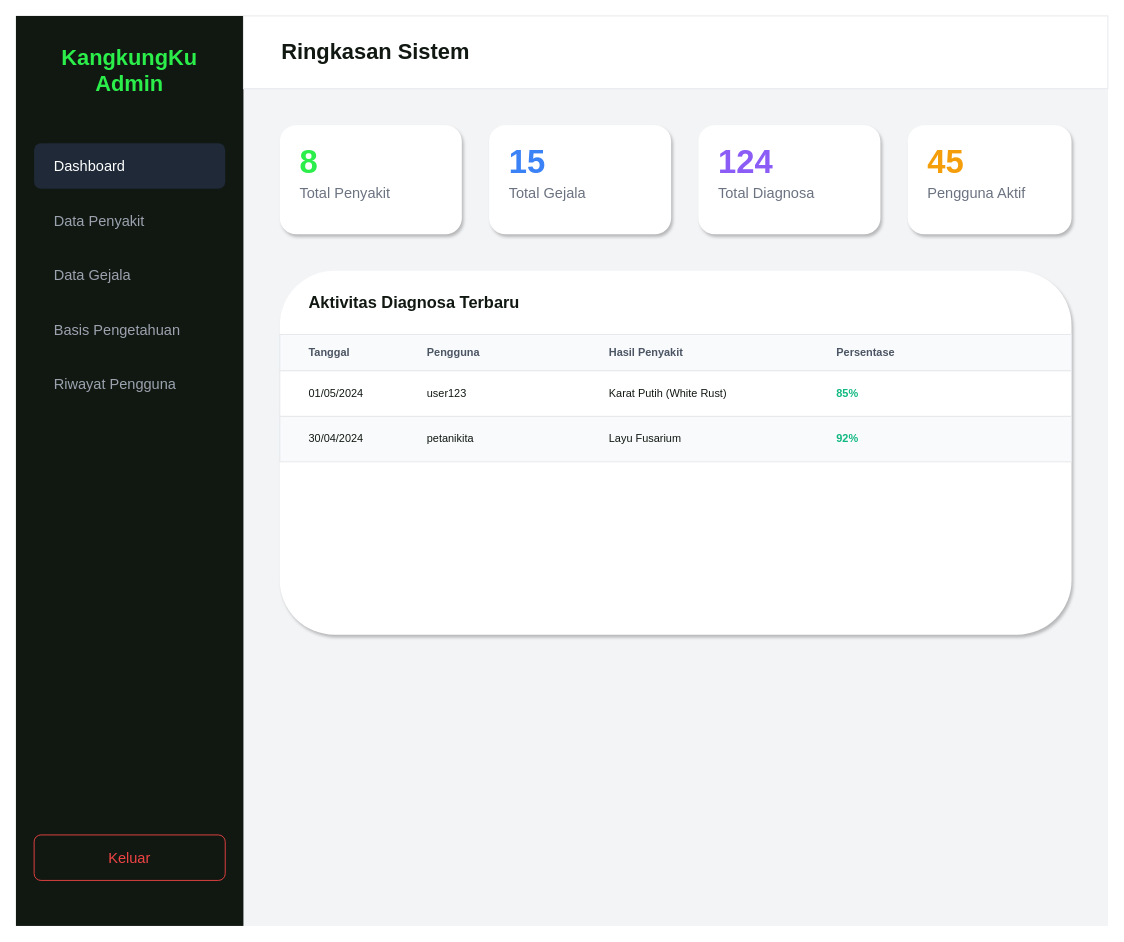
Before: diagram/desain/admin_dashboard.drawio in RajaSunrise/kangkungku, a draw.io diagram. Source tidied: cells renumbered, new cells numbered last; positions are measured from the earlier drawing's top-left corner, leaving out a move shared by most shapes. Both pictures are drawn from the tidied source at 91%, with x=0, y=0 at pixel (15, 15).
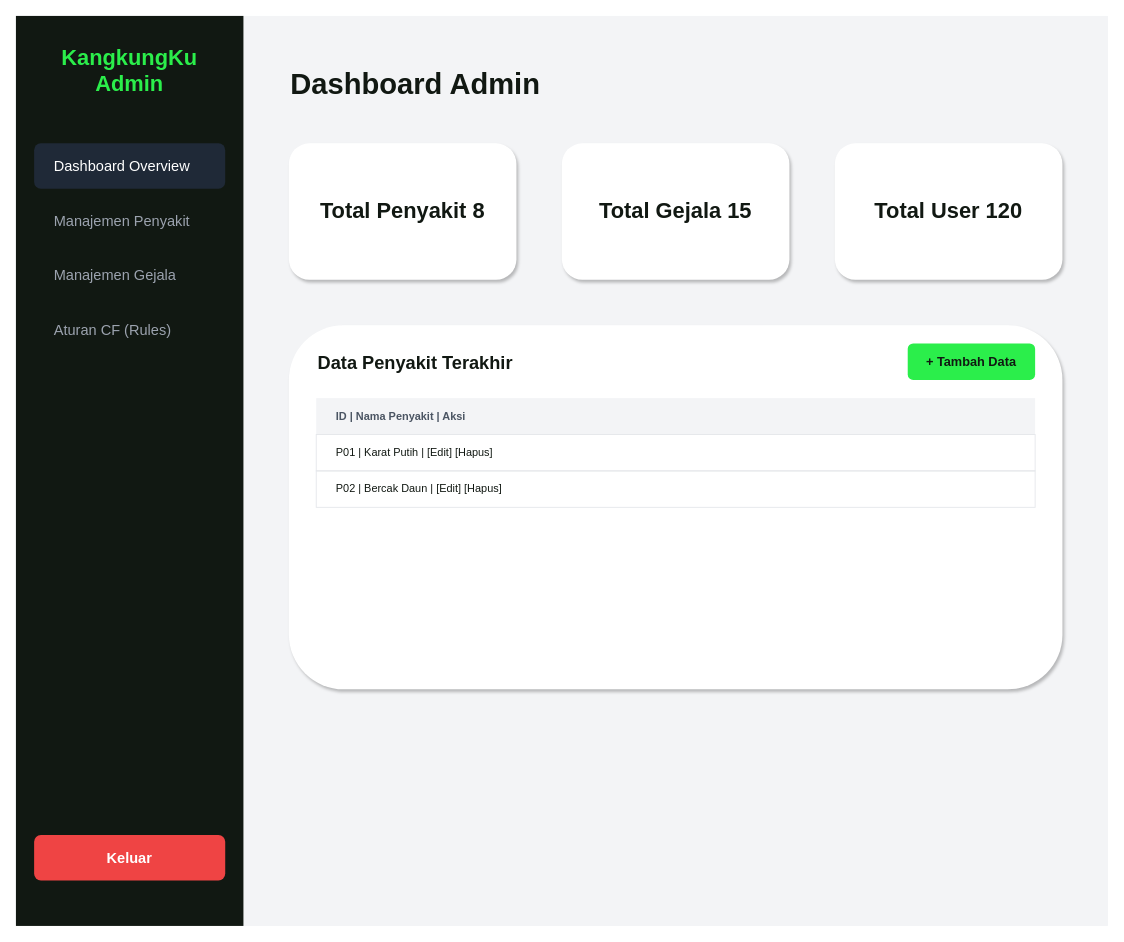
After the change.

The edit, as a diff of the source:
```diff
@@
-    <mxCell id="4" value="KangkungKu&#10;Admin" style="text;html=1;strokeColor=none;fillColor=none;align=center;verticalAlign=middle;whiteSpace=wrap;rounded=0;fontColor=#2BEE4B;fontSize=24;fontStyle=1;fontFamily=Space Grotesk;" parent="1" vertex="1">
+    <mxCell id="4" value="KangkungKu Admin" style="text;html=1;strokeColor=none;fillColor=none;align=center;verticalAlign=middle;whiteSpace=wrap;rounded=0;fontColor=#2BEE4B;fontSize=24;fontStyle=1;" parent="1" vertex="1">
       <mxGeometry x="25" y="30" width="200" height="60" as="geometry" />
     </mxCell>
-    <mxCell id="5" value="Dashboard" style="rounded=1;whiteSpace=wrap;html=1;fillColor=#1F2937;strokeColor=none;fontColor=#FFFFFF;align=left;spacingLeft=20;fontSize=16;" parent="1" vertex="1">
+    <mxCell id="5" value="Dashboard Overview" style="rounded=1;whiteSpace=wrap;html=1;fillColor=#1F2937;strokeColor=none;fontColor=#FFFFFF;align=left;spacingLeft=20;fontSize=16;" parent="1" vertex="1">
       <mxGeometry x="20" y="140" width="210" height="50" as="geometry" />
     </mxCell>
-    <mxCell id="6" value="Data Penyakit" style="rounded=1;whiteSpace=wrap;html=1;fillColor=none;strokeColor=none;fontColor=#9CA3AF;align=left;spacingLeft=20;fontSize=16;" parent="1" vertex="1">
+    <mxCell id="6" value="Manajemen Penyakit" style="rounded=1;whiteSpace=wrap;html=1;fillColor=none;strokeColor=none;fontColor=#9CA3AF;align=left;spacingLeft=20;fontSize=16;" parent="1" vertex="1">
       <mxGeometry x="20" y="200" width="210" height="50" as="geometry" />
     </mxCell>
-    <mxCell id="7" value="Data Gejala" style="rounded=1;whiteSpace=wrap;html=1;fillColor=none;strokeColor=none;fontColor=#9CA3AF;align=left;spacingLeft=20;fontSize=16;" parent="1" vertex="1">
+    <mxCell id="7" value="Manajemen Gejala" style="rounded=1;whiteSpace=wrap;html=1;fillColor=none;strokeColor=none;fontColor=#9CA3AF;align=left;spacingLeft=20;fontSize=16;" parent="1" vertex="1">
       <mxGeometry x="20" y="260" width="210" height="50" as="geometry" />
     </mxCell>
-    <mxCell id="8" value="Basis Pengetahuan" style="rounded=1;whiteSpace=wrap;html=1;fillColor=none;strokeColor=none;fontColor=#9CA3AF;align=left;spacingLeft=20;fontSize=16;" parent="1" vertex="1">
+    <mxCell id="8" value="Aturan CF (Rules)" style="rounded=1;whiteSpace=wrap;html=1;fillColor=none;strokeColor=none;fontColor=#9CA3AF;align=left;spacingLeft=20;fontSize=16;" parent="1" vertex="1">
       <mxGeometry x="20" y="320" width="210" height="50" as="geometry" />
     </mxCell>
-    <mxCell id="9" value="Riwayat Pengguna" style="rounded=1;whiteSpace=wrap;html=1;fillColor=none;strokeColor=none;fontColor=#9CA3AF;align=left;spacingLeft=20;fontSize=16;" parent="1" vertex="1">
-      <mxGeometry x="20" y="380" width="210" height="50" as="geometry" />
-    </mxCell>
-    <mxCell id="10" value="Keluar" style="rounded=1;whiteSpace=wrap;html=1;fillColor=none;strokeColor=#EF4444;fontColor=#EF4444;align=center;fontSize=16;" parent="1" vertex="1">
+    <mxCell id="10" value="Keluar" style="rounded=1;whiteSpace=wrap;html=1;fillColor=#EF4444;strokeColor=none;fontColor=#FFFFFF;align=center;fontSize=16;fontStyle=1;" parent="1" vertex="1">
       <mxGeometry x="20" y="900" width="210" height="50" as="geometry" />
     </mxCell>
-    <mxCell id="11" style="rounded=0;whiteSpace=wrap;html=1;fillColor=#FFFFFF;strokeColor=#E5E7EB;" parent="1" vertex="1">
-      <mxGeometry x="250" width="950" height="80" as="geometry" />
-    </mxCell>
-    <mxCell id="12" value="Ringkasan Sistem" style="text;html=1;strokeColor=none;fillColor=none;align=left;verticalAlign=middle;whiteSpace=wrap;rounded=0;fontColor=#111812;fontSize=24;fontStyle=1;" parent="1" vertex="1">
-      <mxGeometry x="290" y="25" width="300" height="30" as="geometry" />
-    </mxCell>
+    <mxCell id="42" value="Dashboard Admin" style="text;html=1;strokeColor=none;fillColor=none;align=left;verticalAlign=middle;whiteSpace=wrap;rounded=0;fontColor=#111812;fontSize=32;fontStyle=1;" parent="1" vertex="1">
+      <mxGeometry x="300" y="50" width="400" height="50" as="geometry" />
+    </mxCell>
-    <mxCell id="13" style="rounded=1;whiteSpace=wrap;html=1;fillColor=#FFFFFF;strokeColor=none;shadow=1;" parent="1" vertex="1">
-      <mxGeometry x="290" y="120" width="200" height="120" as="geometry" />
+    <mxCell id="13" value="Total Penyakit  8" style="rounded=1;whiteSpace=wrap;html=1;fillColor=#FFFFFF;strokeColor=none;shadow=1;fontColor=#111812;fontSize=24;fontStyle=1;align=center;" parent="1" vertex="1">
+      <mxGeometry x="300" y="140" width="250" height="150" as="geometry" />
     </mxCell>
-    <mxCell id="14" value="8" style="text;html=1;strokeColor=none;fillColor=none;align=left;verticalAlign=middle;whiteSpace=wrap;rounded=0;fontColor=#2BEE4B;fontSize=36;fontStyle=1;" parent="1" vertex="1">
-      <mxGeometry x="310" y="140" width="100" height="40" as="geometry" />
-    </mxCell>
-    <mxCell id="15" value="Total Penyakit" style="text;html=1;strokeColor=none;fillColor=none;align=left;verticalAlign=middle;whiteSpace=wrap;rounded=0;fontColor=#6B7280;fontSize=16;" parent="1" vertex="1">
-      <mxGeometry x="310" y="180" width="150" height="30" as="geometry" />
-    </mxCell>
-    <mxCell id="16" style="rounded=1;whiteSpace=wrap;html=1;fillColor=#FFFFFF;strokeColor=none;shadow=1;" parent="1" vertex="1">
-      <mxGeometry x="520" y="120" width="200" height="120" as="geometry" />
+    <mxCell id="16" value="Total Gejala  15" style="rounded=1;whiteSpace=wrap;html=1;fillColor=#FFFFFF;strokeColor=none;shadow=1;fontColor=#111812;fontSize=24;fontStyle=1;align=center;" parent="1" vertex="1">
+      <mxGeometry x="600" y="140" width="250" height="150" as="geometry" />
     </mxCell>
-    <mxCell id="17" value="15" style="text;html=1;strokeColor=none;fillColor=none;align=left;verticalAlign=middle;whiteSpace=wrap;rounded=0;fontColor=#3B82F6;fontSize=36;fontStyle=1;" parent="1" vertex="1">
-      <mxGeometry x="540" y="140" width="100" height="40" as="geometry" />
-    </mxCell>
-    <mxCell id="18" value="Total Gejala" style="text;html=1;strokeColor=none;fillColor=none;align=left;verticalAlign=middle;whiteSpace=wrap;rounded=0;fontColor=#6B7280;fontSize=16;" parent="1" vertex="1">
-      <mxGeometry x="540" y="180" width="150" height="30" as="geometry" />
-    </mxCell>
-    <mxCell id="19" style="rounded=1;whiteSpace=wrap;html=1;fillColor=#FFFFFF;strokeColor=none;shadow=1;" parent="1" vertex="1">
-      <mxGeometry x="750" y="120" width="200" height="120" as="geometry" />
+    <mxCell id="19" value="Total User  120" style="rounded=1;whiteSpace=wrap;html=1;fillColor=#FFFFFF;strokeColor=none;shadow=1;fontColor=#111812;fontSize=24;fontStyle=1;align=center;" parent="1" vertex="1">
+      <mxGeometry x="900" y="140" width="250" height="150" as="geometry" />
     </mxCell>
-    <mxCell id="20" value="124" style="text;html=1;strokeColor=none;fillColor=none;align=left;verticalAlign=middle;whiteSpace=wrap;rounded=0;fontColor=#8B5CF6;fontSize=36;fontStyle=1;" parent="1" vertex="1">
-      <mxGeometry x="770" y="140" width="100" height="40" as="geometry" />
-    </mxCell>
-    <mxCell id="21" value="Total Diagnosa" style="text;html=1;strokeColor=none;fillColor=none;align=left;verticalAlign=middle;whiteSpace=wrap;rounded=0;fontColor=#6B7280;fontSize=16;" parent="1" vertex="1">
-      <mxGeometry x="770" y="180" width="150" height="30" as="geometry" />
-    </mxCell>
-    <mxCell id="22" style="rounded=1;whiteSpace=wrap;html=1;fillColor=#FFFFFF;strokeColor=none;shadow=1;" parent="1" vertex="1">
-      <mxGeometry x="980" y="120" width="180" height="120" as="geometry" />
-    </mxCell>
-    <mxCell id="23" value="45" style="text;html=1;strokeColor=none;fillColor=none;align=left;verticalAlign=middle;whiteSpace=wrap;rounded=0;fontColor=#F59E0B;fontSize=36;fontStyle=1;" parent="1" vertex="1">
-      <mxGeometry x="1000" y="140" width="100" height="40" as="geometry" />
-    </mxCell>
-    <mxCell id="24" value="Pengguna Aktif" style="text;html=1;strokeColor=none;fillColor=none;align=left;verticalAlign=middle;whiteSpace=wrap;rounded=0;fontColor=#6B7280;fontSize=16;" parent="1" vertex="1">
-      <mxGeometry x="1000" y="180" width="150" height="30" as="geometry" />
-    </mxCell>
-    <mxCell id="25" style="rounded=1;whiteSpace=wrap;html=1;fillColor=#FFFFFF;strokeColor=none;shadow=1;" parent="1" vertex="1">
-      <mxGeometry x="290" y="280" width="870" height="400" as="geometry" />
-    </mxCell>
+    <mxCell id="43" style="rounded=1;whiteSpace=wrap;html=1;fillColor=#FFFFFF;strokeColor=none;shadow=1;" parent="1" vertex="1">
+      <mxGeometry x="300" y="340" width="850" height="400" as="geometry" />
+    </mxCell>
-    <mxCell id="26" value="Aktivitas Diagnosa Terbaru" style="text;html=1;strokeColor=none;fillColor=none;align=left;verticalAlign=middle;whiteSpace=wrap;rounded=0;fontColor=#111812;fontSize=18;fontStyle=1;" parent="1" vertex="1">
-      <mxGeometry x="320" y="300" width="300" height="30" as="geometry" />
+    <mxCell id="26" value="Data Penyakit Terakhir" style="text;html=1;strokeColor=none;fillColor=none;align=left;verticalAlign=middle;whiteSpace=wrap;rounded=0;fontColor=#111812;fontSize=20;fontStyle=1;" parent="1" vertex="1">
+      <mxGeometry x="330" y="360" width="300" height="40" as="geometry" />
     </mxCell>
-    <mxCell id="27" style="rounded=0;whiteSpace=wrap;html=1;fillColor=#F9FAFB;strokeColor=#E5E7EB;" parent="1" vertex="1">
-      <mxGeometry x="290" y="350" width="870" height="40" as="geometry" />
-    </mxCell>
-    <mxCell id="28" value="Tanggal" style="text;html=1;strokeColor=none;fillColor=none;align=left;verticalAlign=middle;whiteSpace=wrap;rounded=0;fontColor=#4B5563;fontStyle=1;" parent="1" vertex="1">
-      <mxGeometry x="320" y="355" width="100" height="30" as="geometry" />
-    </mxCell>
-    <mxCell id="29" value="Pengguna" style="text;html=1;strokeColor=none;fillColor=none;align=left;verticalAlign=middle;whiteSpace=wrap;rounded=0;fontColor=#4B5563;fontStyle=1;" parent="1" vertex="1">
-      <mxGeometry x="450" y="355" width="150" height="30" as="geometry" />
-    </mxCell>
-    <mxCell id="30" value="Hasil Penyakit" style="text;html=1;strokeColor=none;fillColor=none;align=left;verticalAlign=middle;whiteSpace=wrap;rounded=0;fontColor=#4B5563;fontStyle=1;" parent="1" vertex="1">
-      <mxGeometry x="650" y="355" width="200" height="30" as="geometry" />
-    </mxCell>
-    <mxCell id="31" value="Persentase" style="text;html=1;strokeColor=none;fillColor=none;align=left;verticalAlign=middle;whiteSpace=wrap;rounded=0;fontColor=#4B5563;fontStyle=1;" parent="1" vertex="1">
-      <mxGeometry x="900" y="355" width="100" height="30" as="geometry" />
-    </mxCell>
-    <mxCell id="32" style="rounded=0;whiteSpace=wrap;html=1;fillColor=#FFFFFF;strokeColor=#E5E7EB;strokeWidth=1;align=left;" parent="1" vertex="1">
-      <mxGeometry x="290" y="390" width="870" height="50" as="geometry" />
-    </mxCell>
-    <mxCell id="33" value="01/05/2024" style="text;html=1;strokeColor=none;fillColor=none;align=left;verticalAlign=middle;whiteSpace=wrap;rounded=0;fontColor=#111812;" parent="1" vertex="1">
-      <mxGeometry x="320" y="400" width="100" height="30" as="geometry" />
-    </mxCell>
-    <mxCell id="34" value="user123" style="text;html=1;strokeColor=none;fillColor=none;align=left;verticalAlign=middle;whiteSpace=wrap;rounded=0;fontColor=#111812;" parent="1" vertex="1">
-      <mxGeometry x="450" y="400" width="150" height="30" as="geometry" />
-    </mxCell>
-    <mxCell id="35" value="Karat Putih (White Rust)" style="text;html=1;strokeColor=none;fillColor=none;align=left;verticalAlign=middle;whiteSpace=wrap;rounded=0;fontColor=#111812;" parent="1" vertex="1">
-      <mxGeometry x="650" y="400" width="200" height="30" as="geometry" />
-    </mxCell>
-    <mxCell id="36" value="85%" style="text;html=1;strokeColor=none;fillColor=none;align=left;verticalAlign=middle;whiteSpace=wrap;rounded=0;fontColor=#10B981;fontStyle=1;" parent="1" vertex="1">
-      <mxGeometry x="900" y="400" width="100" height="30" as="geometry" />
-    </mxCell>
-    <mxCell id="37" style="rounded=0;whiteSpace=wrap;html=1;fillColor=#F9FAFB;strokeColor=#E5E7EB;strokeWidth=1;align=left;" parent="1" vertex="1">
-      <mxGeometry x="290" y="440" width="870" height="50" as="geometry" />
-    </mxCell>
-    <mxCell id="38" value="30/04/2024" style="text;html=1;strokeColor=none;fillColor=none;align=left;verticalAlign=middle;whiteSpace=wrap;rounded=0;fontColor=#111812;" parent="1" vertex="1">
-      <mxGeometry x="320" y="450" width="100" height="30" as="geometry" />
-    </mxCell>
-    <mxCell id="39" value="petanikita" style="text;html=1;strokeColor=none;fillColor=none;align=left;verticalAlign=middle;whiteSpace=wrap;rounded=0;fontColor=#111812;" parent="1" vertex="1">
-      <mxGeometry x="450" y="450" width="150" height="30" as="geometry" />
-    </mxCell>
-    <mxCell id="40" value="Layu Fusarium" style="text;html=1;strokeColor=none;fillColor=none;align=left;verticalAlign=middle;whiteSpace=wrap;rounded=0;fontColor=#111812;" parent="1" vertex="1">
-      <mxGeometry x="650" y="450" width="200" height="30" as="geometry" />
-    </mxCell>
-    <mxCell id="41" value="92%" style="text;html=1;strokeColor=none;fillColor=none;align=left;verticalAlign=middle;whiteSpace=wrap;rounded=0;fontColor=#10B981;fontStyle=1;" parent="1" vertex="1">
-      <mxGeometry x="900" y="450" width="100" height="30" as="geometry" />
-    </mxCell>
+    <mxCell id="44" value="+ Tambah Data" style="rounded=1;whiteSpace=wrap;html=1;fillColor=#2BEE4B;strokeColor=none;fontColor=#111812;fontStyle=1;fontSize=14;" parent="1" vertex="1">
+      <mxGeometry x="980" y="360" width="140" height="40" as="geometry" />
+    </mxCell>
+    <mxCell id="45" value="ID   |   Nama Penyakit   |   Aksi" style="rounded=0;whiteSpace=wrap;html=1;fillColor=#F3F4F6;strokeColor=none;fontColor=#4B5563;align=left;spacingLeft=20;fontStyle=1;" parent="1" vertex="1">
+      <mxGeometry x="330" y="420" width="790" height="40" as="geometry" />
+    </mxCell>
+    <mxCell id="46" value="P01  |  Karat Putih      |  [Edit] [Hapus]" style="rounded=0;whiteSpace=wrap;html=1;fillColor=none;strokeColor=#E5E7EB;fontColor=#111812;align=left;spacingLeft=20;" parent="1" vertex="1">
+      <mxGeometry x="330" y="460" width="790" height="40" as="geometry" />
+    </mxCell>
+    <mxCell id="47" value="P02  |  Bercak Daun      |  [Edit] [Hapus]" style="rounded=0;whiteSpace=wrap;html=1;fillColor=none;strokeColor=#E5E7EB;fontColor=#111812;align=left;spacingLeft=20;" parent="1" vertex="1">
+      <mxGeometry x="330" y="500" width="790" height="40" as="geometry" />
+    </mxCell>
```
